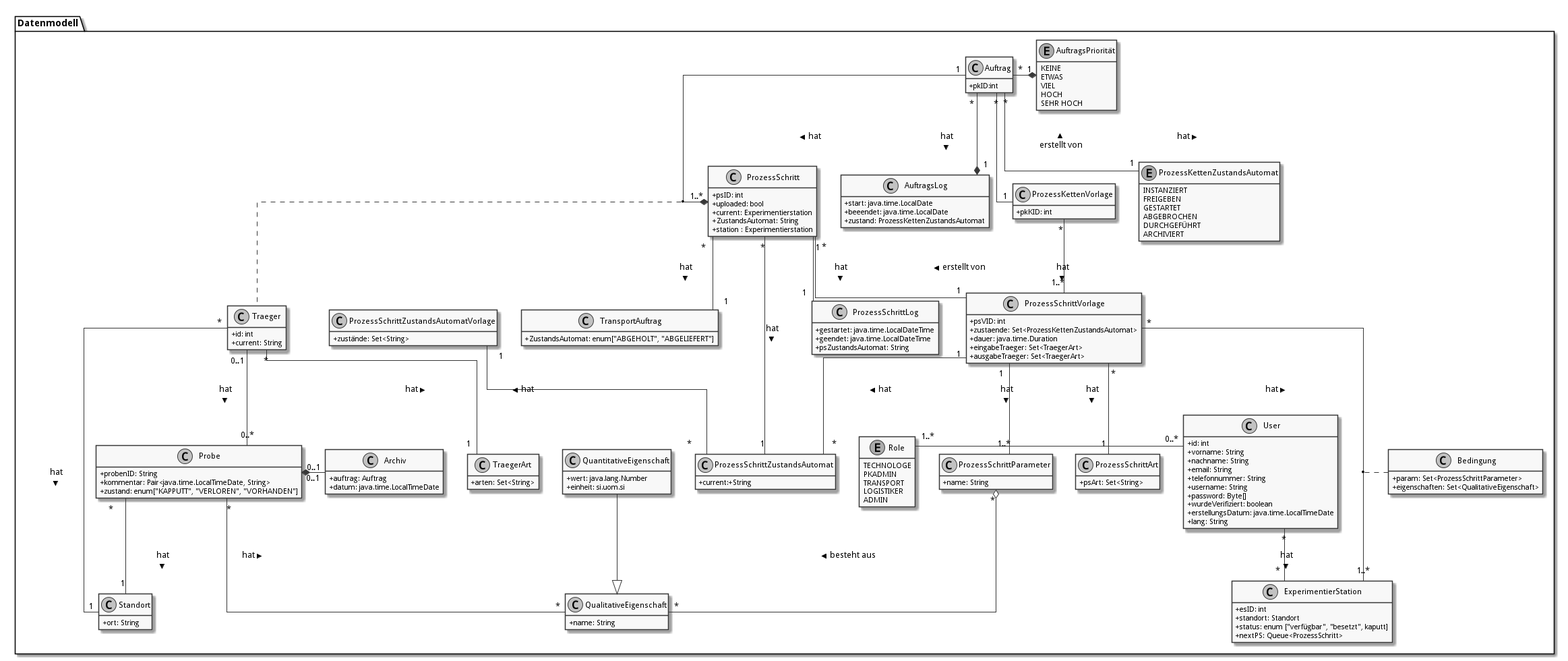
The PlantUML diagram doc/UML/datenModel.png in fkehlenb/softwareprojekt-2, before a commit.
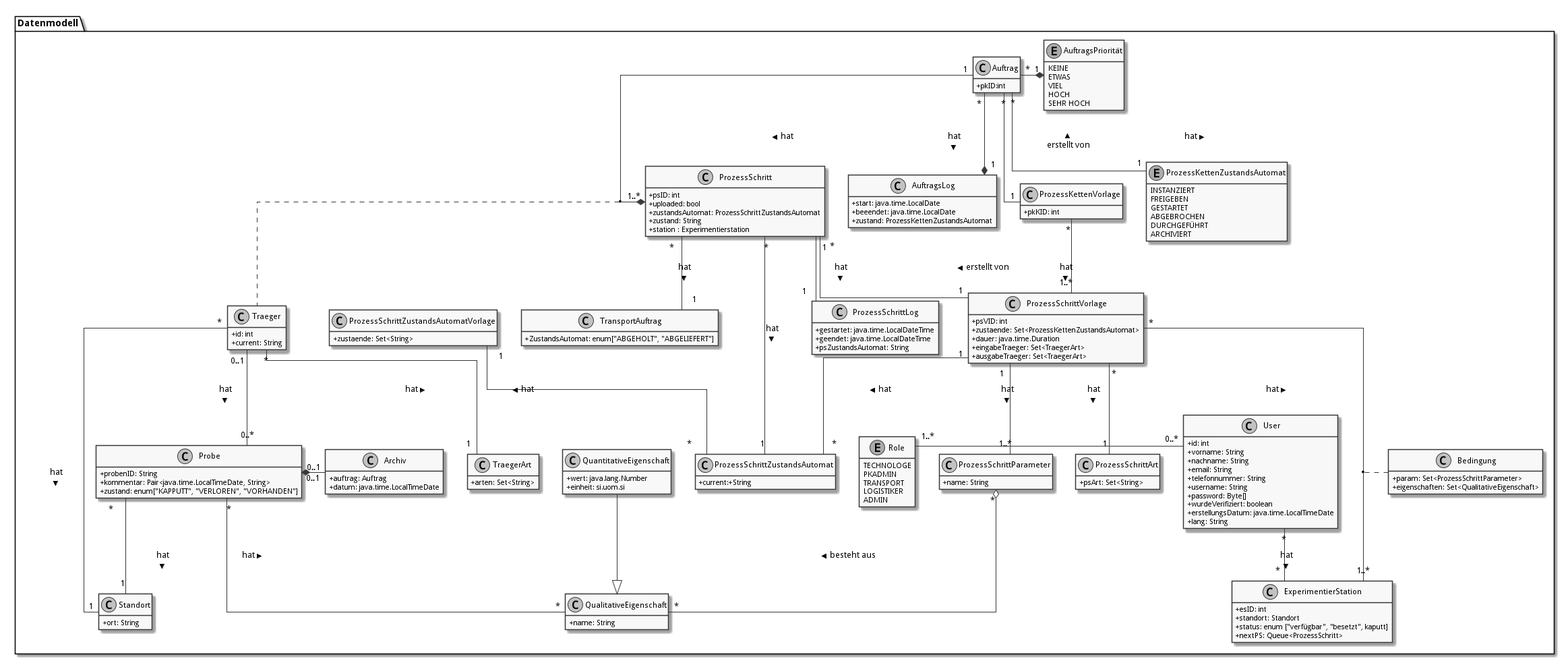
The same diagram one commit later.

Commit message:
go charmander, kill all uml modell errors

What changed in the source:
```diff
@@ -66,8 +66,8 @@
 class "ProzessSchritt" as ps {
   +psID: int
   +uploaded: bool
-  +current: Experimentierstation
-  +ZustandsAutomat: String
+  +zustandsAutomat: ProzessSchrittZustandsAutomat
+  +zustand: String
   +station : Experimentierstation
 }
 
@@ -82,7 +82,7 @@
 }
 
 class ProzessSchrittZustandsAutomatVorlage {
-   +zustände: Set<String>
+   +zustaende: Set<String>
 }
 
 class "ProzessSchrittVorlage" as psV {
```
